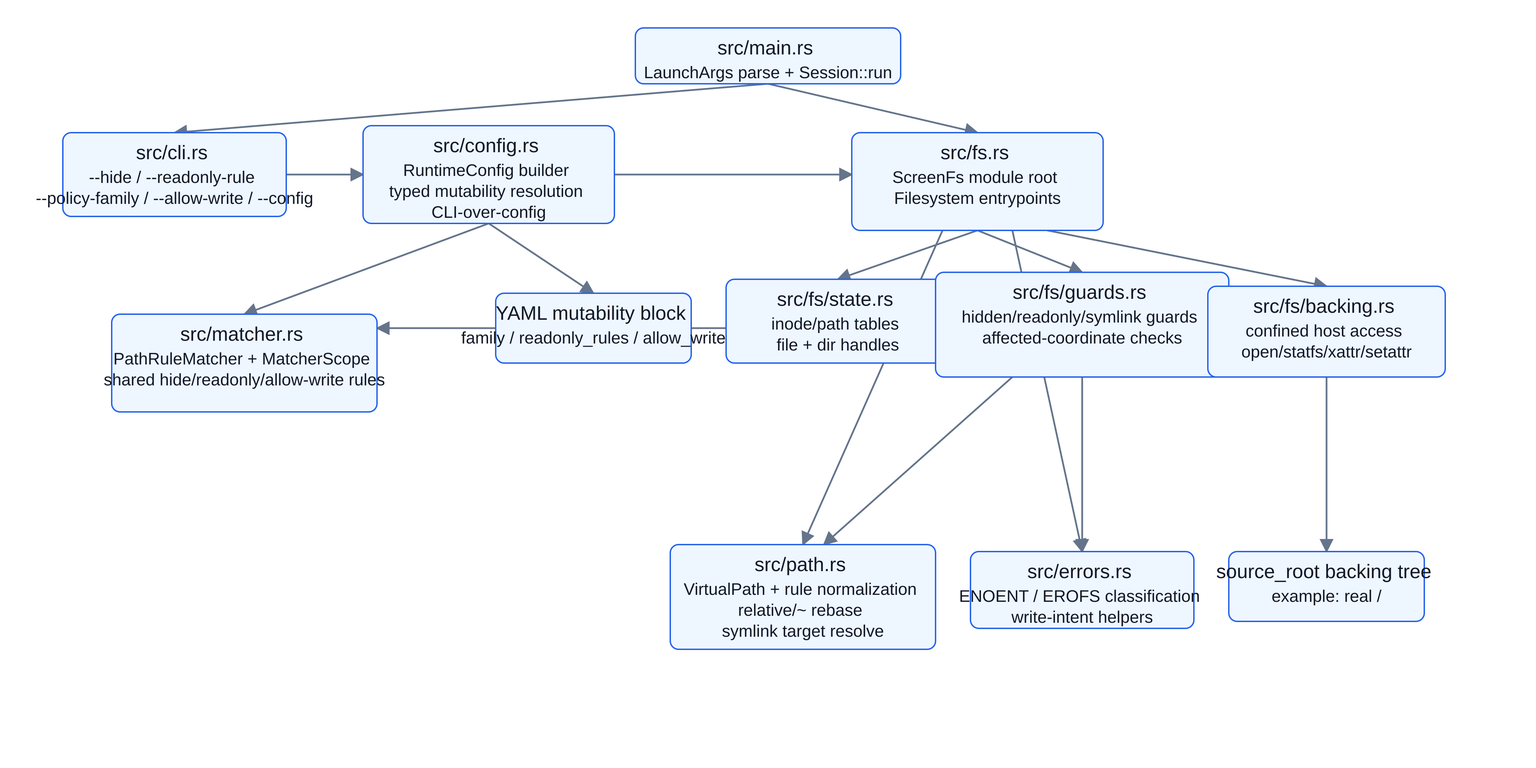
The Mermaid diagram docs/diagrams/module-architecture.png in spi-ca/screenfs, before a commit. Its source is kept beside it as docs/diagrams/module-architecture.mmd.
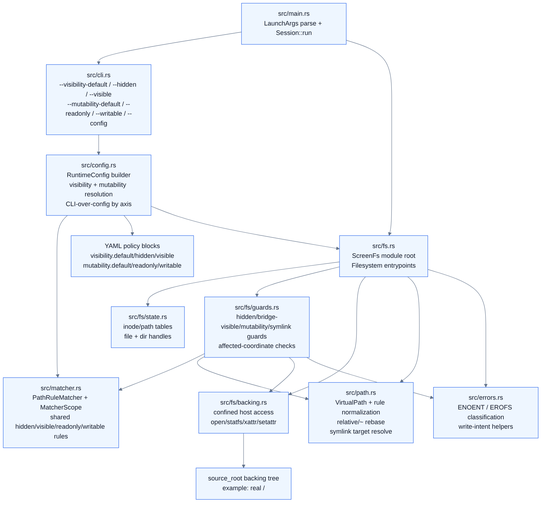
The same file after the commit.

The edit, as a diff of the source:
```diff
@@ -1,14 +1,14 @@
 flowchart TD
-    main["src/main.rs\nLaunchArgs parse + Session::run"] --> cli["src/cli.rs\n--hide / --readonly-rule\n--policy-family / --allow-write / --config"]
-    cli --> config["src/config.rs\nRuntimeConfig builder\ntyped mutability resolution\nCLI-over-config"]
+    main["src/main.rs\nLaunchArgs parse + Session::run"] --> cli["src/cli.rs\n--visibility-default / --hidden / --visible\n--mutability-default / --readonly / --writable / --config"]
+    cli --> config["src/config.rs\nRuntimeConfig builder\nvisibility + mutability resolution\nCLI-over-config by axis"]
     main --> fs["src/fs.rs\nScreenFs module root\nFilesystem entrypoints"]
 
-    config --> matcher["src/matcher.rs\nPathRuleMatcher + MatcherScope\nshared hide/readonly/allow-write rules"]
-    config --> yaml["YAML mutability block\nfamily / readonly_rules / allow_write"]
+    config --> matcher["src/matcher.rs\nPathRuleMatcher + MatcherScope\nshared hidden/visible/readonly/writable rules"]
+    config --> yaml["YAML policy blocks\nvisibility.default/hidden/visible\nmutability.default/readonly/writable"]
     config --> fs
 
     fs --> state["src/fs/state.rs\ninode/path tables\nfile + dir handles"]
-    fs --> guards["src/fs/guards.rs\nhidden/readonly/symlink guards\naffected-coordinate checks"]
+    fs --> guards["src/fs/guards.rs\nhidden/bridge-visible/mutability/symlink guards\naffected-coordinate checks"]
     fs --> backing["src/fs/backing.rs\nconfined host access\nopen/statfs/xattr/setattr"]
     fs --> path["src/path.rs\nVirtualPath + rule normalization\nrelative/~ rebase\nsymlink target resolve"]
     fs --> errors["src/errors.rs\nENOENT / EROFS classification\nwrite-intent helpers"]
```
